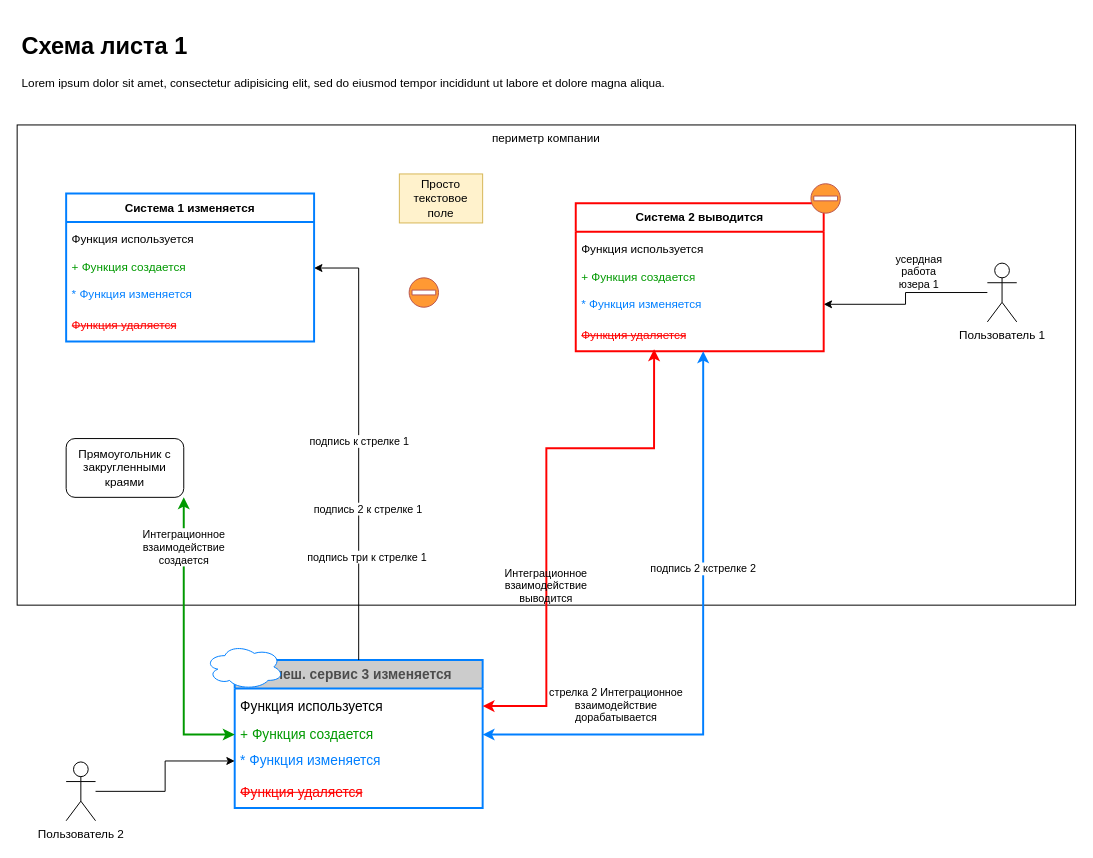
Above: page "Лист 1" (1 of 2) of examples/media/test1-confl.drawio.xml in AndrewBiz/tarpar (draw.io), before the change. Source tidied: cells renumbered, new cells numbered last; positions are measured from the earlier drawing's top-left corner, leaving out a move shared by most shapes. Both pictures are drawn from the tidied source at 98%, with x=0, y=0 at pixel (17, 26).
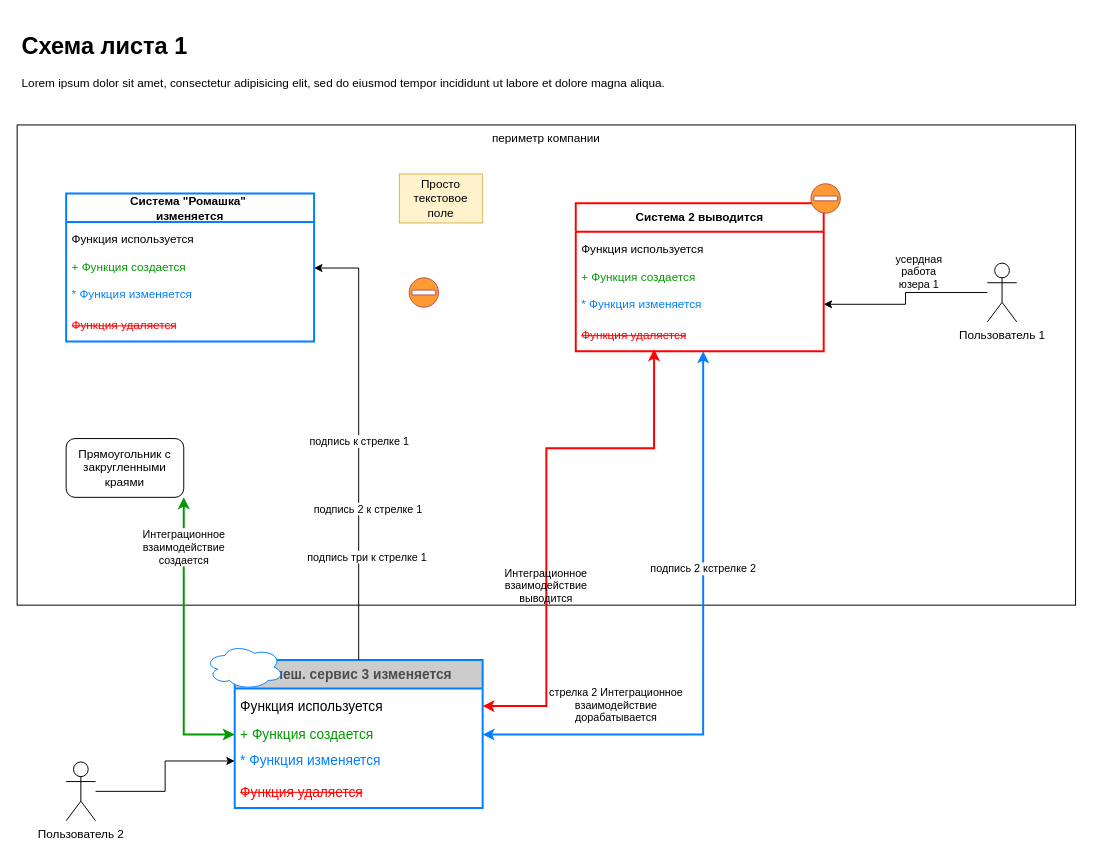
The same page after the edit.

The edit, as a diff of the source:
```diff
@@
-    <mxCell id="4" value="&lt;b&gt;Система 1 изменяется&lt;/b&gt;" style="swimlane;strokeColor=#007FFF;rounded=0;strokeWidth=2;fontStyle=0;horizontal=1;startSize=29;fillColor=default;whiteSpace=wrap;html=1;labelBackgroundColor=none;swimlaneFillColor=default;spacing=2;" parent="3" vertex="1">
+    <mxCell id="4" value="&lt;b&gt;Система &quot;Ромашка&quot;&amp;nbsp;&lt;/b&gt;&lt;div&gt;&lt;b&gt;изменяется&lt;/b&gt;&lt;/div&gt;" style="swimlane;strokeColor=#007FFF;rounded=0;strokeWidth=2;fontStyle=0;horizontal=1;startSize=29;fillColor=default;whiteSpace=wrap;html=1;labelBackgroundColor=none;swimlaneFillColor=default;spacing=2;" parent="3" vertex="1">
       <mxGeometry x="50" y="170" width="253" height="151" as="geometry" />
     </mxCell>
```
